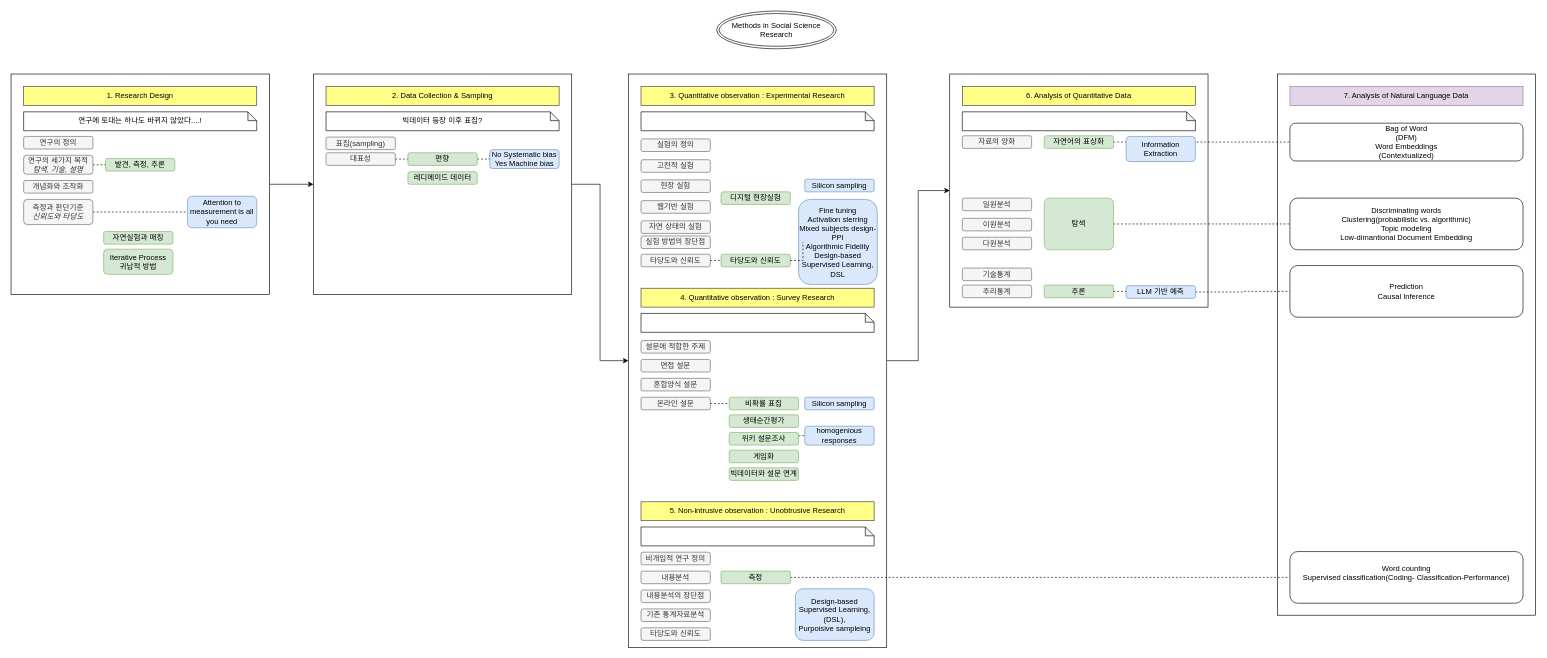
myokyunghan/drawio_for_qual keeps this draw.io diagram as method.drawio. Above is the earlier version. Source tidied: cells renumbered, new cells numbered last; positions are measured from the earlier drawing's top-left corner, leaving out a move shared by most shapes. Both pictures are drawn from the tidied source at 63%, with x=0, y=0 at pixel (11, 11).
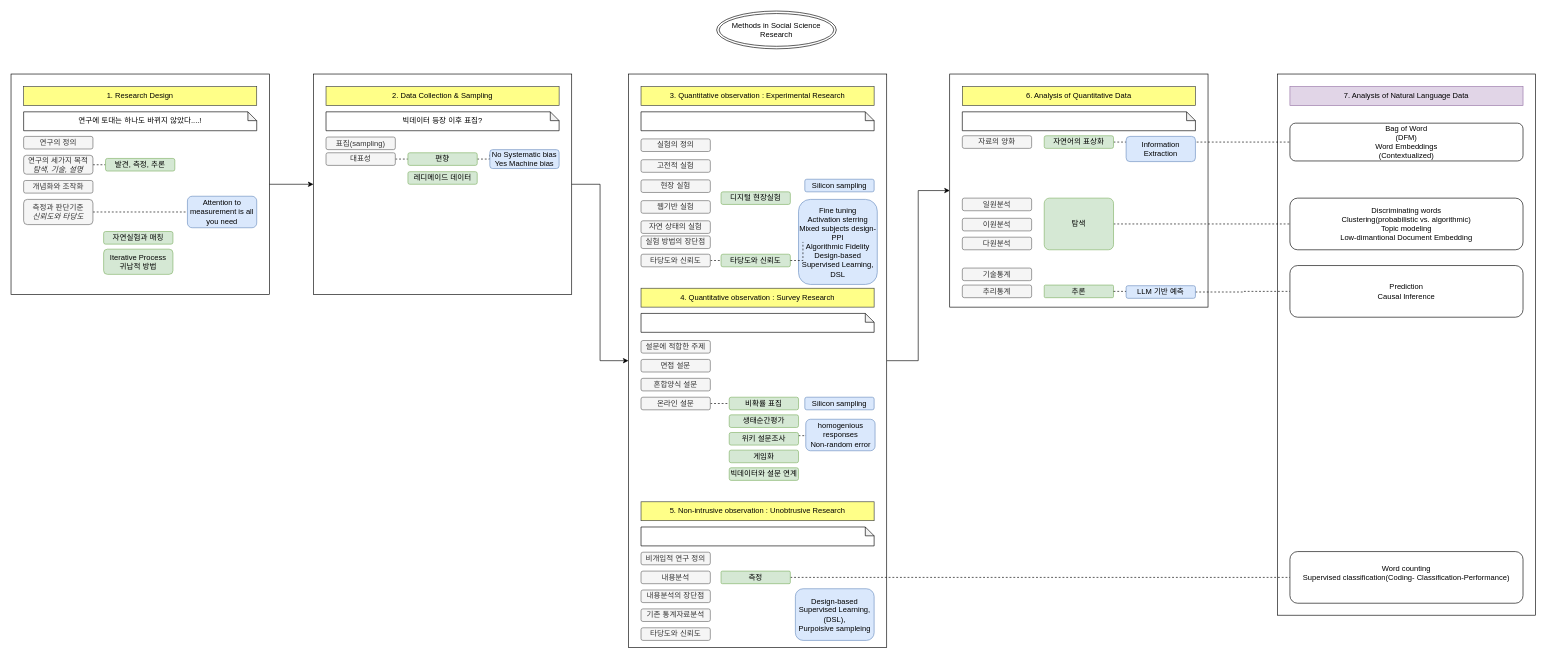
Above is the later version.

The edit, as a diff of the source:
```diff
@@
-    <mxCell id="93" value="homogenious responses" style="rounded=1;whiteSpace=wrap;html=1;roundedPerimeter=1;fillColor=#dae8fc;strokeColor=#6c8ebf;" parent="1" vertex="1">
-      <mxGeometry x="1260" y="659" width="110" height="30" as="geometry" />
+    <mxCell id="93" value="homogenious responses&lt;div&gt;Non-random error&lt;/div&gt;" style="rounded=1;whiteSpace=wrap;html=1;roundedPerimeter=1;fillColor=#dae8fc;strokeColor=#6c8ebf;" parent="1" vertex="1">
+      <mxGeometry x="1261.5" y="648" width="110" height="50" as="geometry" />
     </mxCell>
```
